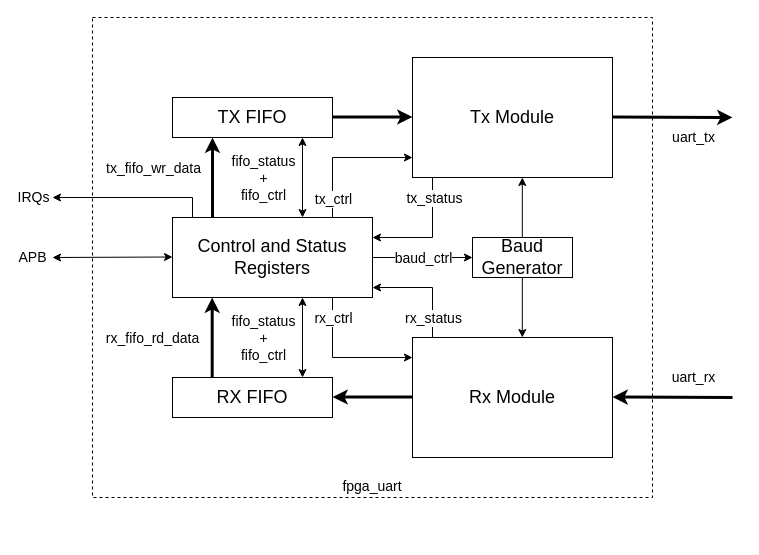
The draw.io diagram page "top_arch" (1 of 4) of docs/fpga_uart_arch.drawio in T-Szymk/fpga_uart, before the edit. Source tidied: cells renumbered, new cells numbered last; positions are measured from the earlier drawing's top-left corner, leaving out a move shared by most shapes. Both pictures are drawn from the tidied source at 100%, with x=0, y=0 at pixel (52, 17).
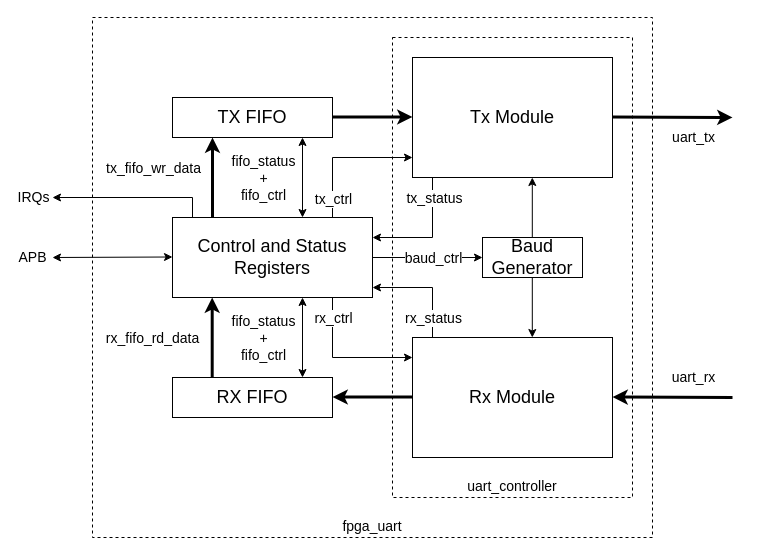
The same diagram, later.

Commit message (it also covers changes not shown here):
create initial tb for uart_controller

The change refers to these unchanged cells:
```xml
<mxCell id="19" value="Control and Status Registers" style="rounded=0;whiteSpace=wrap;html=1;fontSize=18;" parent="1" vertex="1">
  <mxGeometry x="120" y="200" width="200" height="80" as="geometry" />
</mxCell>
```

Change to the diagram source:
```diff
@@
+    <mxCell id="38" value="fpga_uart" style="rounded=0;whiteSpace=wrap;html=1;fontSize=14;fillColor=none;dashed=1;verticalAlign=bottom;" parent="1" vertex="1">
+      <mxGeometry x="40" width="560" height="520" as="geometry" />
+    </mxCell>
+    <mxCell id="39" value="uart_controller" style="rounded=0;whiteSpace=wrap;html=1;fillColor=none;verticalAlign=bottom;dashed=1;fontSize=14;" parent="1" vertex="1">
+      <mxGeometry x="340" y="20" width="240" height="460" as="geometry" />
+    </mxCell>
     <mxCell id="2" value="Baud Generator" style="rounded=0;whiteSpace=wrap;html=1;fontSize=18;" parent="1" vertex="1">
-      <mxGeometry x="420" y="220" width="100" height="40" as="geometry" />
+      <mxGeometry x="430" y="220" width="100" height="40" as="geometry" />
     </mxCell>
@@
-    <mxCell id="17" style="edgeStyle=orthogonalEdgeStyle;rounded=0;jettySize=auto;html=1;exitX=1;exitY=0.5;exitDx=0;exitDy=0;fontSize=14;startArrow=none;startFill=0;" parent="1" edge="1" source="19">
-      <mxGeometry relative="1" as="geometry">
-        <mxPoint x="420" y="240" as="targetPoint" />
-      </mxGeometry>
+    <mxCell id="17" style="edgeStyle=orthogonalEdgeStyle;rounded=0;jettySize=auto;html=1;exitX=1;exitY=0.5;exitDx=0;exitDy=0;fontSize=14;startArrow=none;startFill=0;entryX=0;entryY=0.5;entryDx=0;entryDy=0;" parent="1" edge="1" source="19" target="2">
+      <mxGeometry relative="1" as="geometry" />
     </mxCell>
     <mxCell id="18" value="baud_ctrl" style="edgeLabel;html=1;align=center;verticalAlign=middle;fontSize=14;" parent="17" vertex="1">
       <mxGeometry x="-0.37" y="1" relative="1" as="geometry">
-        <mxPoint x="18" y="1" as="offset" />
+        <mxPoint x="25" y="1" as="offset" />
       </mxGeometry>
     </mxCell>
@@
     <mxCell id="34" style="endArrow=classic;html=1;rounded=0;fontSize=14;" parent="1" edge="1">
       <mxGeometry relative="1" as="geometry">
-        <mxPoint x="469.8" y="220" as="sourcePoint" />
-        <mxPoint x="469.8" y="160" as="targetPoint" />
+        <mxPoint x="479.8" y="220" as="sourcePoint" />
+        <mxPoint x="479.8" y="160" as="targetPoint" />
       </mxGeometry>
     </mxCell>
     <mxCell id="35" style="endArrow=classic;html=1;rounded=0;fontSize=14;" parent="1" edge="1">
       <mxGeometry relative="1" as="geometry">
-        <mxPoint x="469.8" y="260" as="sourcePoint" />
-        <mxPoint x="469.8" y="320" as="targetPoint" />
+        <mxPoint x="479.8" y="260" as="sourcePoint" />
+        <mxPoint x="479.8" y="320" as="targetPoint" />
       </mxGeometry>
     </mxCell>
@@
-    <mxCell id="38" value="fpga_uart" style="rounded=0;whiteSpace=wrap;html=1;fontSize=14;fillColor=none;dashed=1;verticalAlign=bottom;" parent="1" vertex="1">
-      <mxGeometry x="40" width="560" height="480" as="geometry" />
-    </mxCell>
```
